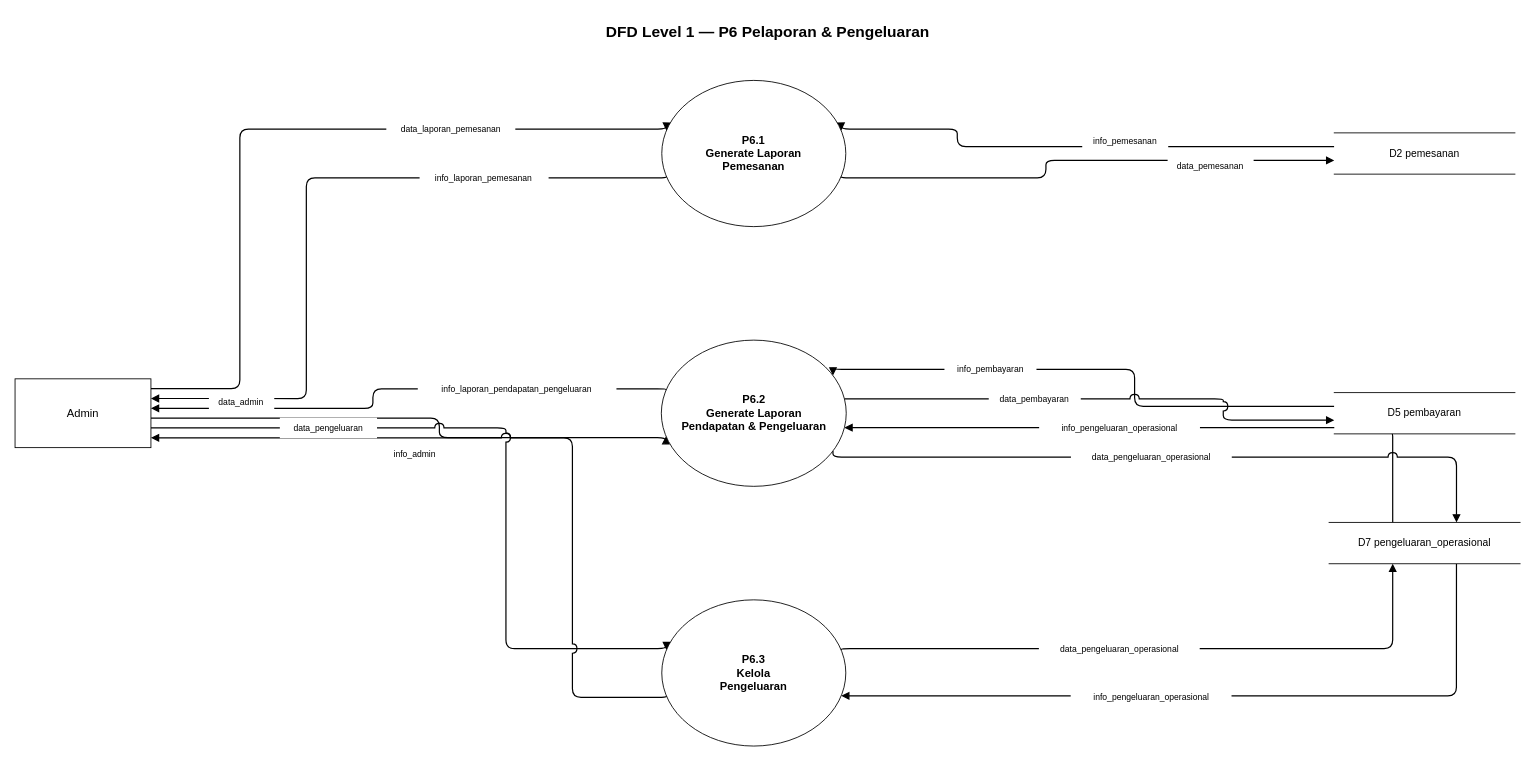
Before: generated/dfd_level1_P6.drawio in ryuken25/diagrams, a draw.io diagram. Source tidied: cells renumbered, new cells numbered last; positions are measured from the earlier drawing's top-left corner, leaving out a move shared by most shapes. Both pictures are drawn from the tidied source at 86%, with x=0, y=0 at pixel (15, 15).
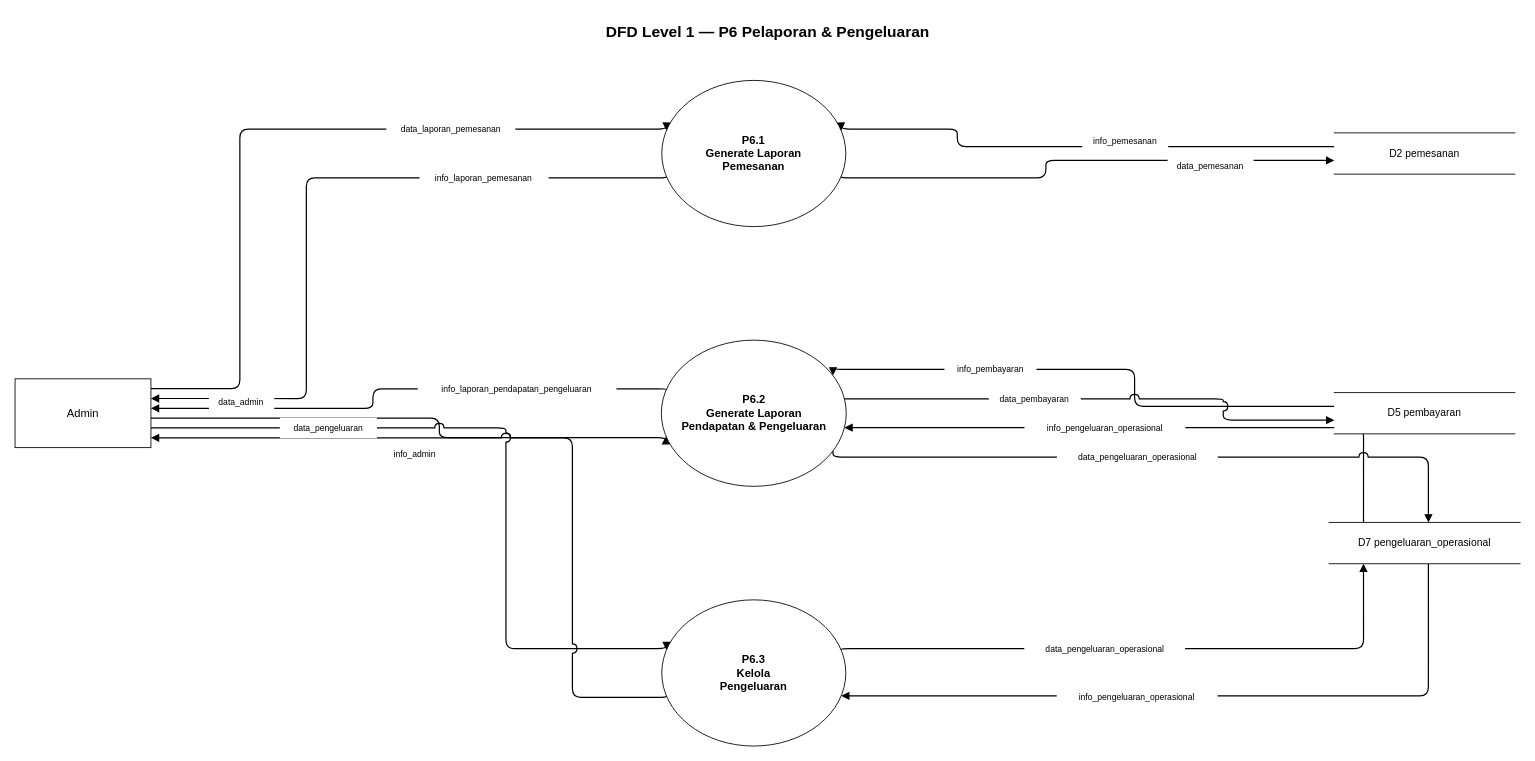
After the change.

The change refers to these unchanged cells:
```xml
<mxCell id="17" value="P6.2&#10;Generate Laporan&#10;Pendapatan &amp; Pengeluaran" style="ellipse;whiteSpace=wrap;html=1;fillColor=#FFFFFF;strokeColor=#000000;fontSize=13;fontStyle=1;verticalAlign=middle;" parent="1" vertex="1">
  <mxGeometry x="751.5" y="378" width="215" height="170" as="geometry" />
</mxCell>
<mxCell id="18" value="P6.3&#10;Kelola&#10;Pengeluaran" style="ellipse;whiteSpace=wrap;html=1;fillColor=#FFFFFF;strokeColor=#000000;fontSize=13;fontStyle=1;verticalAlign=middle;" parent="1" vertex="1">
  <mxGeometry x="752" y="680" width="214" height="170" as="geometry" />
</mxCell>
<mxCell id="22" value="D7  pengeluaran_operasional" style="shape=partialRectangle;top=1;bottom=1;left=0;right=0;whiteSpace=wrap;html=1;fillColor=#FFFFFF;strokeColor=#000000;fontSize=12;align=center;" parent="1" vertex="1">
  <mxGeometry x="1528" y="590" width="222" height="48" as="geometry" />
</mxCell>
```

The edit, as a diff of the source:
```diff
@@
-    <mxCell id="12" style="html=1;rounded=1;strokeColor=#000000;strokeWidth=1.4;endArrow=block;startArrow=none;jumpStyle=arc;jumpSize=10;edgeStyle=orthogonalEdgeStyle;exitX=0.333;exitY=0.000;entryX=1.000;entryY=0.600;exitDx=0;exitDy=0;entryDx=0;entryDy=0;" parent="1" edge="1" source="22" target="17">
+    <mxCell id="12" style="html=1;rounded=1;strokeColor=#000000;strokeWidth=1.4;endArrow=block;startArrow=none;jumpStyle=arc;jumpSize=10;edgeStyle=orthogonalEdgeStyle;exitX=0.180;exitY=0.000;entryX=1.000;entryY=0.600;exitDx=0;exitDy=0;entryDx=0;entryDy=0;" parent="1" edge="1" source="22" target="17">
       <mxGeometry relative="1" as="geometry">
         <Array as="points">
-          <mxPoint x="1602" y="590" />
-          <mxPoint x="1602" y="480" />
+          <mxPoint x="1568" y="590" />
+          <mxPoint x="1568" y="480" />
         </Array>
       </mxGeometry>
     </mxCell>
-    <mxCell id="13" style="html=1;rounded=1;strokeColor=#000000;strokeWidth=1.4;endArrow=block;startArrow=none;jumpStyle=arc;jumpSize=10;edgeStyle=orthogonalEdgeStyle;exitX=1.000;exitY=0.800;entryX=0.667;entryY=0.000;exitDx=0;exitDy=0;entryDx=0;entryDy=0;" parent="1" edge="1" source="17" target="22">
+    <mxCell id="13" style="html=1;rounded=1;strokeColor=#000000;strokeWidth=1.4;endArrow=block;startArrow=none;jumpStyle=arc;jumpSize=10;edgeStyle=orthogonalEdgeStyle;exitX=1.000;exitY=0.800;entryX=0.520;entryY=0.000;exitDx=0;exitDy=0;entryDx=0;entryDy=0;" parent="1" edge="1" source="17" target="22">
       <mxGeometry relative="1" as="geometry">
         <Array as="points">
-          <mxPoint x="1676" y="514" />
-          <mxPoint x="1676" y="590" />
+          <mxPoint x="1643.4" y="514" />
+          <mxPoint x="1643.4" y="590" />
         </Array>
       </mxGeometry>
     </mxCell>
-    <mxCell id="14" style="html=1;rounded=1;strokeColor=#000000;strokeWidth=1.4;endArrow=block;startArrow=none;jumpStyle=arc;jumpSize=10;edgeStyle=orthogonalEdgeStyle;exitX=1.000;exitY=0.333;entryX=0.333;entryY=1.000;exitDx=0;exitDy=0;entryDx=0;entryDy=0;" parent="1" edge="1" source="18" target="22">
+    <mxCell id="14" style="html=1;rounded=1;strokeColor=#000000;strokeWidth=1.4;endArrow=block;startArrow=none;jumpStyle=arc;jumpSize=10;edgeStyle=orthogonalEdgeStyle;exitX=1.000;exitY=0.333;entryX=0.180;entryY=1.000;exitDx=0;exitDy=0;entryDx=0;entryDy=0;" parent="1" edge="1" source="18" target="22">
       <mxGeometry relative="1" as="geometry">
         <Array as="points">
-          <mxPoint x="1602" y="736.7" />
-          <mxPoint x="1602" y="638" />
+          <mxPoint x="1568" y="736.7" />
+          <mxPoint x="1568" y="638" />
         </Array>
       </mxGeometry>
     </mxCell>
-    <mxCell id="15" style="html=1;rounded=1;strokeColor=#000000;strokeWidth=1.4;endArrow=block;startArrow=none;jumpStyle=arc;jumpSize=10;edgeStyle=orthogonalEdgeStyle;exitX=0.667;exitY=1.000;entryX=1.000;entryY=0.667;exitDx=0;exitDy=0;entryDx=0;entryDy=0;" parent="1" edge="1" source="22" target="18">
+    <mxCell id="15" style="html=1;rounded=1;strokeColor=#000000;strokeWidth=1.4;endArrow=block;startArrow=none;jumpStyle=arc;jumpSize=10;edgeStyle=orthogonalEdgeStyle;exitX=0.520;exitY=1.000;entryX=1.000;entryY=0.667;exitDx=0;exitDy=0;entryDx=0;entryDy=0;" parent="1" edge="1" source="22" target="18">
       <mxGeometry relative="1" as="geometry">
         <Array as="points">
-          <mxPoint x="1676" y="638" />
-          <mxPoint x="1676" y="793.3" />
+          <mxPoint x="1643.4" y="638" />
+          <mxPoint x="1643.4" y="793.3" />
         </Array>
       </mxGeometry>
     </mxCell>
@@
     <mxCell id="33" value="info_pengeluaran_operasional" style="text;html=1;align=center;verticalAlign=middle;fontSize=10;rounded=0;fillColor=#FFFFFF;strokeColor=none;whiteSpace=wrap;spacing=2;" parent="1" vertex="1">
-      <mxGeometry x="1190.8" y="468" width="187" height="24" as="geometry" />
+      <mxGeometry x="1173.7" y="468" width="187" height="24" as="geometry" />
     </mxCell>
     <mxCell id="34" value="data_pengeluaran_operasional" style="text;html=1;align=center;verticalAlign=middle;fontSize=10;rounded=0;fillColor=#FFFFFF;strokeColor=none;whiteSpace=wrap;spacing=2;" parent="1" vertex="1">
-      <mxGeometry x="1227.8" y="502" width="187" height="24" as="geometry" />
+      <mxGeometry x="1211.5" y="502" width="187" height="24" as="geometry" />
     </mxCell>
     <mxCell id="35" value="data_pengeluaran_operasional" style="text;html=1;align=center;verticalAlign=middle;fontSize=10;rounded=0;fillColor=#FFFFFF;strokeColor=none;whiteSpace=wrap;spacing=2;" parent="1" vertex="1">
-      <mxGeometry x="1190.5" y="724.6" width="187" height="24" as="geometry" />
+      <mxGeometry x="1173.5" y="724.6" width="187" height="24" as="geometry" />
     </mxCell>
     <mxCell id="36" value="info_pengeluaran_operasional" style="text;html=1;align=center;verticalAlign=middle;fontSize=10;rounded=0;fillColor=#FFFFFF;strokeColor=none;whiteSpace=wrap;spacing=2;" parent="1" vertex="1">
-      <mxGeometry x="1227.5" y="781.3" width="187" height="24" as="geometry" />
+      <mxGeometry x="1211.2" y="781.3" width="187" height="24" as="geometry" />
     </mxCell>
```
